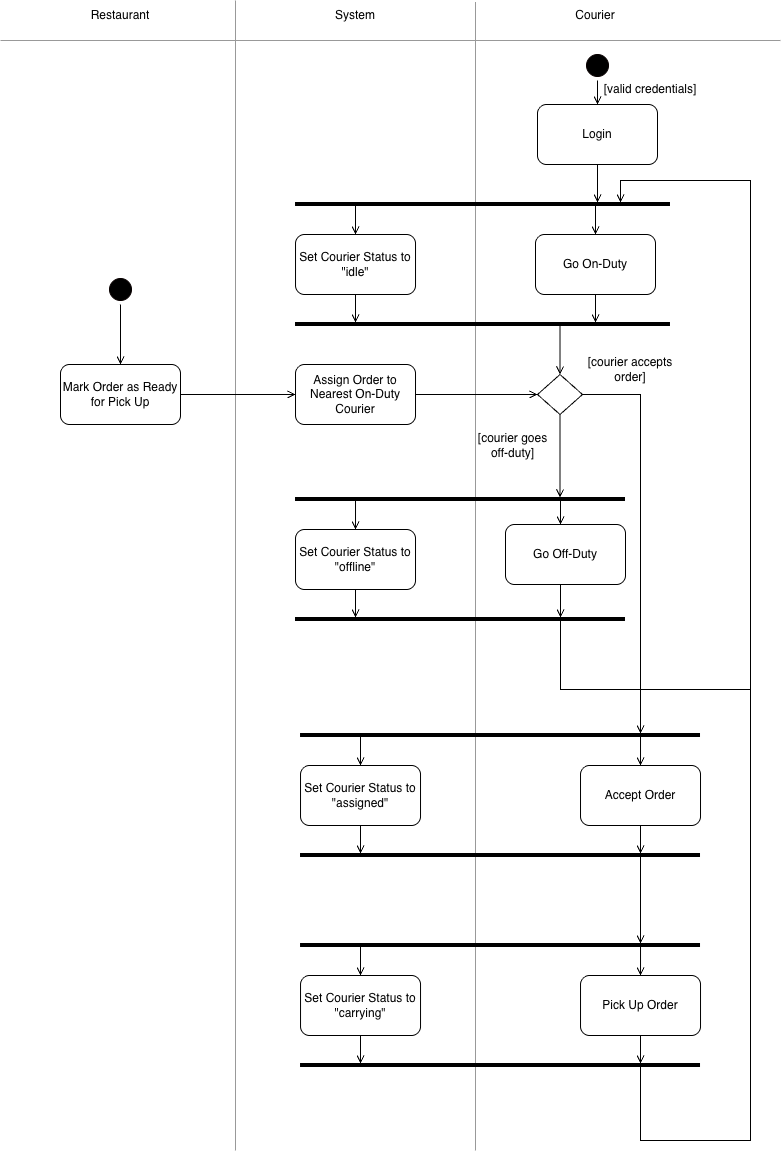
Before: Documents/Diagrams/activity-diagrams/Activity Diagram - Courier.png, a diagram exported from draw.io (AnaisPerron/SOEN343-Council). Source tidied: cells renumbered, new cells last; positions are measured from the earlier drawing's top-left corner, leaving out a move shared by most shapes.
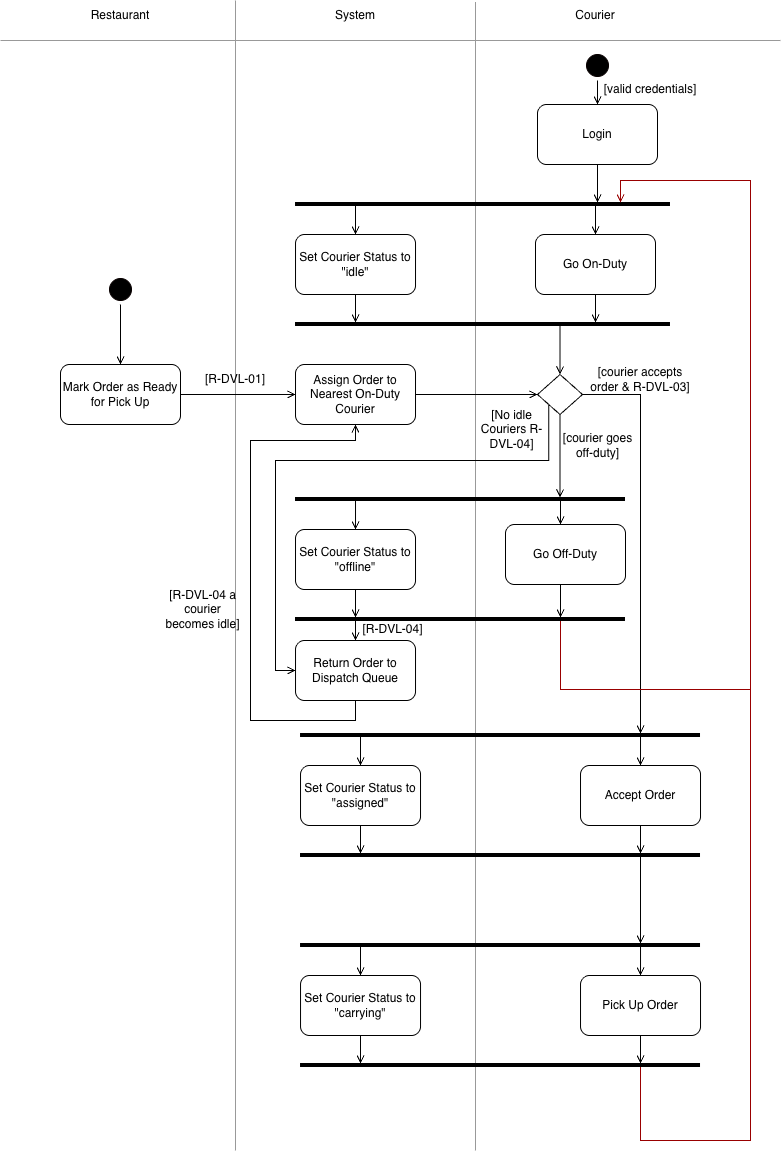
Above is the later version.

Diff of the diagram source:
```diff
@@ -95,6 +95,15 @@
         </Array>
       </mxGeometry>
     </mxCell>
+    <mxCell id="60" style="edgeStyle=orthogonalEdgeStyle;shape=connector;rounded=0;jettySize=auto;html=1;exitX=0;exitY=1;exitDx=0;exitDy=0;entryX=0;entryY=0.5;entryDx=0;entryDy=0;strokeColor=default;align=center;verticalAlign=middle;fontFamily=Helvetica;fontSize=11;fontColor=default;labelBackgroundColor=default;defaultLabelBackgroundColor=page;labelPadding=0 4;endArrow=open;endFill=0;" parent="1" edge="1" source="22" target="64">
+      <mxGeometry x="0.07" relative="1" as="geometry">
+        <Array as="points">
+          <mxPoint x="548.3" y="460" />
+          <mxPoint x="275" y="460" />
+          <mxPoint x="275" y="670" />
+        </Array>
+      </mxGeometry>
+    </mxCell>
     <mxCell id="22" style="rhombus;whiteSpace=wrap;html=1;shapeInside=1;" parent="1" vertex="1">
       <mxGeometry x="537" y="374" width="45" height="40" as="geometry" />
     </mxCell>
@@ -138,7 +147,7 @@
     <mxCell id="29" style="line;strokeWidth=4;html=1;perimeter=backbonePerimeter;points=[];outlineConnect=0;" parent="1" vertex="1">
       <mxGeometry x="295" y="494" width="330" height="10" as="geometry" />
     </mxCell>
-    <mxCell id="30" style="edgeStyle=orthogonalEdgeStyle;shape=connector;rounded=0;jettySize=auto;html=1;strokeColor=default;align=center;verticalAlign=middle;fontFamily=Helvetica;fontSize=11;fontColor=default;labelBackgroundColor=default;defaultLabelBackgroundColor=page;endArrow=open;endFill=0;" parent="1" edge="1" source="31" target="45">
+    <mxCell id="30" style="edgeStyle=orthogonalEdgeStyle;shape=connector;rounded=0;jettySize=auto;html=1;strokeColor=#990000;align=center;verticalAlign=middle;fontFamily=Helvetica;fontSize=11;fontColor=default;labelBackgroundColor=default;defaultLabelBackgroundColor=page;endArrow=open;endFill=0;" parent="1" edge="1" source="31" target="45">
       <mxGeometry x="-0.77" relative="1" as="geometry">
         <Array as="points">
           <mxPoint x="560" y="689" />
@@ -148,6 +157,14 @@
         </Array>
       </mxGeometry>
     </mxCell>
+    <mxCell id="61" style="edgeStyle=orthogonalEdgeStyle;shape=connector;rounded=0;jettySize=auto;html=1;entryX=0.5;entryY=0;entryDx=0;entryDy=0;strokeColor=default;align=center;verticalAlign=middle;fontFamily=Helvetica;fontSize=11;fontColor=default;labelBackgroundColor=default;defaultLabelBackgroundColor=page;labelPadding=0 4;endArrow=open;endFill=0;" parent="1" edge="1" source="31" target="64">
+      <mxGeometry relative="1" as="geometry">
+        <Array as="points">
+          <mxPoint x="355" y="630" />
+          <mxPoint x="355" y="630" />
+        </Array>
+      </mxGeometry>
+    </mxCell>
     <mxCell id="31" style="line;strokeWidth=4;html=1;perimeter=backbonePerimeter;points=[];outlineConnect=0;" parent="1" vertex="1">
       <mxGeometry x="295" y="614" width="330" height="10" as="geometry" />
     </mxCell>
@@ -203,11 +220,11 @@
     <mxCell id="40" value="Go On-Duty" style="rounded=1;whiteSpace=wrap;html=1;roundedPerimeter=1;" parent="1" vertex="1">
       <mxGeometry x="535" y="234" width="120" height="60" as="geometry" />
     </mxCell>
-    <mxCell id="41" value="[courier accepts order]" style="text;html=1;whiteSpace=wrap;strokeColor=none;fillColor=none;align=center;verticalAlign=middle;rounded=0;" parent="1" vertex="1">
-      <mxGeometry x="580" y="354" width="100" height="30" as="geometry" />
+    <mxCell id="41" value="[courier accepts order &amp;amp; R-DVL-03]" style="text;html=1;whiteSpace=wrap;strokeColor=none;fillColor=none;align=center;verticalAlign=middle;rounded=0;" parent="1" vertex="1">
+      <mxGeometry x="585" y="364" width="110" height="30" as="geometry" />
     </mxCell>
     <mxCell id="42" value="[courier goes off-duty]" style="text;html=1;whiteSpace=wrap;strokeColor=none;fillColor=none;align=center;verticalAlign=middle;rounded=0;" parent="1" vertex="1">
-      <mxGeometry x="470" y="430" width="85" height="30" as="geometry" />
+      <mxGeometry x="554.5" y="430" width="85" height="30" as="geometry" />
     </mxCell>
     <mxCell id="43" style="edgeStyle=orthogonalEdgeStyle;shape=connector;rounded=0;jettySize=auto;html=1;strokeColor=default;align=center;verticalAlign=middle;fontFamily=Helvetica;fontSize=11;fontColor=default;labelBackgroundColor=default;defaultLabelBackgroundColor=page;endArrow=open;endFill=0;" parent="1" edge="1" source="45" target="40">
       <mxGeometry relative="1" as="geometry">
@@ -289,7 +306,7 @@
     <mxCell id="57" style="line;strokeWidth=4;html=1;perimeter=backbonePerimeter;points=[];outlineConnect=0;" parent="1" vertex="1">
       <mxGeometry x="300" y="940" width="400" height="10" as="geometry" />
     </mxCell>
-    <mxCell id="58" style="edgeStyle=orthogonalEdgeStyle;shape=connector;rounded=0;jettySize=auto;html=1;strokeColor=default;align=center;verticalAlign=middle;fontFamily=Helvetica;fontSize=11;fontColor=default;labelBackgroundColor=default;defaultLabelBackgroundColor=page;endArrow=open;endFill=0;" parent="1" edge="1" source="59" target="45">
+    <mxCell id="58" style="edgeStyle=orthogonalEdgeStyle;shape=connector;rounded=0;jettySize=auto;html=1;strokeColor=#990000;align=center;verticalAlign=middle;fontFamily=Helvetica;fontSize=11;fontColor=default;labelBackgroundColor=default;defaultLabelBackgroundColor=page;endArrow=open;endFill=0;" parent="1" edge="1" source="59" target="45">
       <mxGeometry x="-0.81" relative="1" as="geometry">
         <Array as="points">
           <mxPoint x="640" y="1140" />
@@ -302,5 +319,30 @@
     <mxCell id="59" style="line;strokeWidth=4;html=1;perimeter=backbonePerimeter;points=[];outlineConnect=0;" parent="1" vertex="1">
       <mxGeometry x="300" y="1060" width="400" height="10" as="geometry" />
     </mxCell>
+    <mxCell id="62" value="[R-DVL-01]" style="text;html=1;whiteSpace=wrap;strokeColor=none;fillColor=none;align=center;verticalAlign=middle;rounded=0;" parent="1" vertex="1">
+      <mxGeometry x="200" y="364" width="70" height="30" as="geometry" />
+    </mxCell>
+    <mxCell id="63" style="edgeStyle=orthogonalEdgeStyle;shape=connector;rounded=0;jettySize=auto;html=1;exitX=0.5;exitY=1;exitDx=0;exitDy=0;entryX=0.5;entryY=1;entryDx=0;entryDy=0;strokeColor=default;align=center;verticalAlign=middle;fontFamily=Helvetica;fontSize=11;fontColor=default;labelBackgroundColor=default;defaultLabelBackgroundColor=page;labelPadding=0 4;endArrow=open;endFill=0;" parent="1" edge="1" source="64" target="19">
+      <mxGeometry relative="1" as="geometry">
+        <Array as="points">
+          <mxPoint x="355" y="720" />
+          <mxPoint x="250" y="720" />
+          <mxPoint x="250" y="440" />
+          <mxPoint x="355" y="440" />
+        </Array>
+      </mxGeometry>
+    </mxCell>
+    <mxCell id="64" value="Return Order to Dispatch Queue" style="rounded=1;whiteSpace=wrap;html=1;roundedPerimeter=1;" parent="1" vertex="1">
+      <mxGeometry x="295" y="640" width="120" height="60" as="geometry" />
+    </mxCell>
+    <mxCell id="65" value="[R-DVL-04]" style="text;html=1;whiteSpace=wrap;strokeColor=none;fillColor=none;align=center;verticalAlign=middle;rounded=0;" parent="1" vertex="1">
+      <mxGeometry x="350" y="614" width="85" height="30" as="geometry" />
+    </mxCell>
+    <mxCell id="66" value="[No idle Couriers R-DVL-04]" style="text;html=1;whiteSpace=wrap;strokeColor=none;fillColor=none;align=center;verticalAlign=middle;rounded=0;" parent="1" vertex="1">
+      <mxGeometry x="469.5" y="414" width="85" height="30" as="geometry" />
+    </mxCell>
+    <mxCell id="67" value="[R-DVL-04 a courier becomes idle]" style="text;html=1;whiteSpace=wrap;strokeColor=none;fillColor=none;align=center;verticalAlign=middle;rounded=0;" parent="1" vertex="1">
+      <mxGeometry x="160" y="594" width="85" height="30" as="geometry" />
+    </mxCell>
   </root>
 </mxGraphModel>
```
